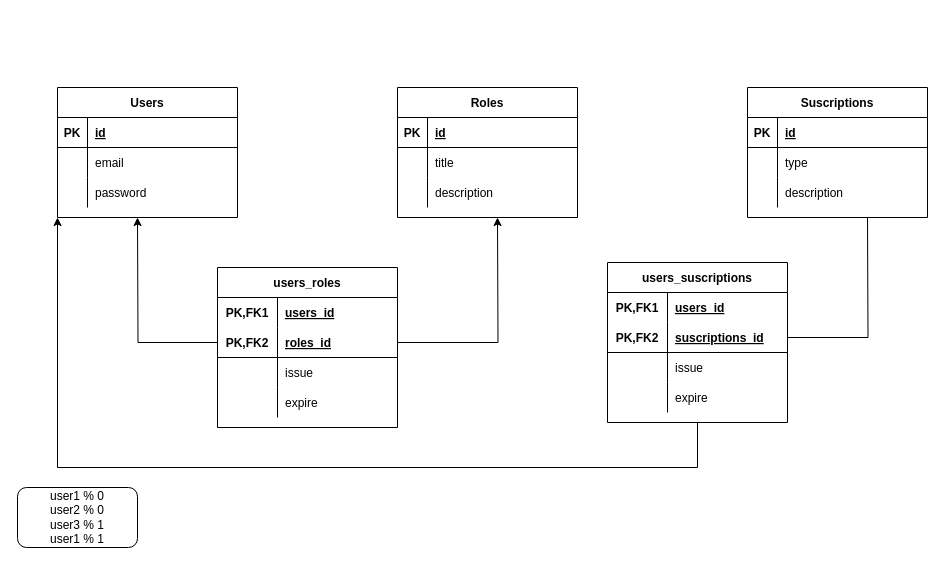
This is models/schema.drawio from berazo29/randomApiAuth, a draw.io file, before an edit. Source tidied: cells renumbered, new cells numbered last; positions are measured from the earlier drawing's top-left corner, leaving out a move shared by most shapes. Both pictures are drawn from the tidied source at 100%, with x=0, y=0 at pixel (17, 87).
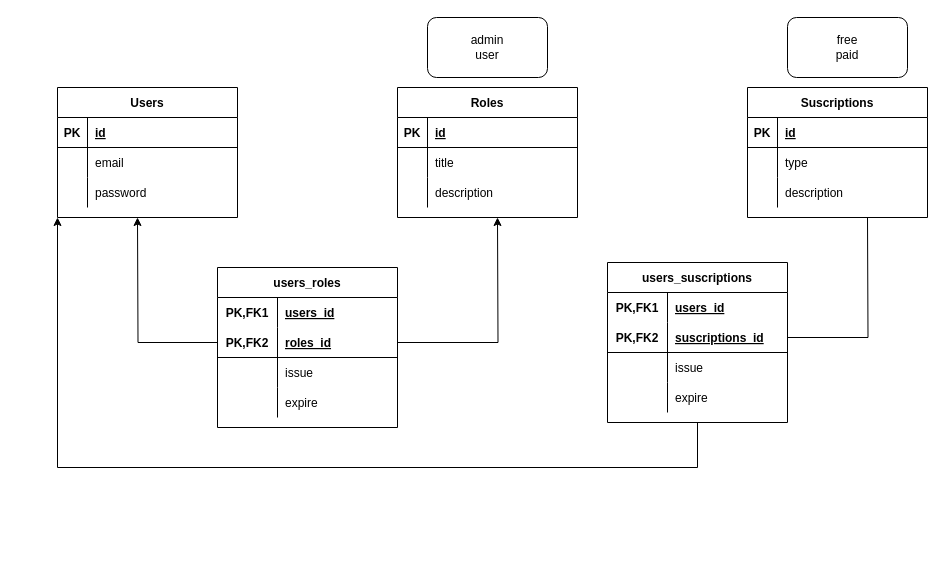
Above is the later version.

Commit message:
Implemented roles and subscriptions tables

Diff of the diagram source:
```diff
@@
-    <mxCell id="62" value="user1 % 0&lt;br&gt;user2 % 0&lt;br&gt;user3 % 1&lt;br&gt;user1 % 1" style="rounded=1;whiteSpace=wrap;html=1;" parent="1" vertex="1">
-      <mxGeometry y="400" width="120" height="60" as="geometry" />
-    </mxCell>
+    <mxCell id="63" value="admin&lt;br&gt;user" style="rounded=1;whiteSpace=wrap;html=1;" parent="1" vertex="1">
+      <mxGeometry x="410" y="-70" width="120" height="60" as="geometry" />
+    </mxCell>
+    <mxCell id="64" value="free&lt;br&gt;paid" style="rounded=1;whiteSpace=wrap;html=1;" parent="1" vertex="1">
+      <mxGeometry x="770" y="-70" width="120" height="60" as="geometry" />
+    </mxCell>
```
